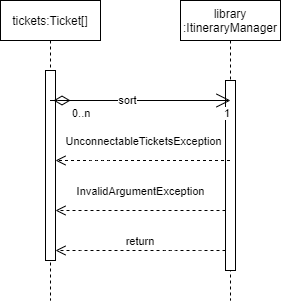
mihaiscarlat1/tickets keeps this draw.io diagram as sequence_diagram.png. Above is the earlier version. Source tidied: cells renumbered, new cells last; positions are measured from the earlier drawing's top-left corner, leaving out a move shared by most shapes. Its diagram source:
```xml
<mxGraphModel>
  <root>
    <mxCell id="0" />
    <mxCell id="1" parent="0" />
    <mxCell id="2" value="tickets:Ticket[]" style="shape=umlLifeline;perimeter=lifelinePerimeter;rounded=0;shadow=0;strokeWidth=1;" parent="1" vertex="1">
      <mxGeometry width="100" height="300" as="geometry" />
    </mxCell>
    <mxCell id="3" style="points=[];perimeter=orthogonalPerimeter;rounded=0;shadow=0;strokeWidth=1;" parent="2" vertex="1">
      <mxGeometry x="45" y="70" width="10" height="190" as="geometry" />
    </mxCell>
    <mxCell id="4" value="library&#10;:ItineraryManager" style="shape=umlLifeline;perimeter=lifelinePerimeter;rounded=0;shadow=0;strokeWidth=1;" parent="1" vertex="1">
      <mxGeometry x="180" width="100" height="300" as="geometry" />
    </mxCell>
    <mxCell id="5" style="points=[];perimeter=orthogonalPerimeter;rounded=0;shadow=0;strokeWidth=1;" parent="4" vertex="1">
      <mxGeometry x="45" y="80" width="10" height="190" as="geometry" />
    </mxCell>
    <mxCell id="6" value="return" style="verticalAlign=bottom;endArrow=open;dashed=1;endSize=8;shadow=0;strokeWidth=1;" parent="1" edge="1" source="5" target="3">
      <mxGeometry relative="1" as="geometry">
        <Array as="points">
          <mxPoint x="190" y="250" />
          <mxPoint x="170" y="250" />
          <mxPoint x="90" y="250" />
        </Array>
      </mxGeometry>
    </mxCell>
    <mxCell id="7" value="sort" style="endArrow=open;html=1;endSize=12;startArrow=diamondThin;startSize=14;startFill=0;edgeStyle=orthogonalEdgeStyle;" parent="1" edge="1">
      <mxGeometry relative="1" as="geometry">
        <mxPoint x="70" y="100" as="sourcePoint" />
        <mxPoint x="230" y="100" as="targetPoint" />
        <Array as="points">
          <mxPoint x="47" y="100" />
          <mxPoint x="230" y="100" />
        </Array>
      </mxGeometry>
    </mxCell>
    <mxCell id="8" value="0..n" style="edgeLabel;html=1;align=left;verticalAlign=top;" parent="7" vertex="1">
      <mxGeometry x="-1" relative="1" as="geometry" />
    </mxCell>
    <mxCell id="9" value="1" style="edgeLabel;html=1;align=right;verticalAlign=top;" parent="7" vertex="1">
      <mxGeometry x="1" relative="1" as="geometry" />
    </mxCell>
    <mxCell id="10" value="InvalidArgumentException" style="html=1;verticalAlign=bottom;endArrow=open;dashed=1;endSize=8;" parent="1" edge="1" source="5" target="3">
      <mxGeometry y="-10" relative="1" as="geometry">
        <Array as="points">
          <mxPoint x="170" y="210" />
        </Array>
      </mxGeometry>
    </mxCell>
    <mxCell id="11" value="UnconnectableTicketsException" style="html=1;verticalAlign=bottom;endArrow=open;dashed=1;endSize=8;" parent="1" edge="1" source="4" target="3">
      <mxGeometry y="-10" relative="1" as="geometry">
        <Array as="points">
          <mxPoint x="100" y="160" />
        </Array>
      </mxGeometry>
    </mxCell>
  </root>
</mxGraphModel>
```
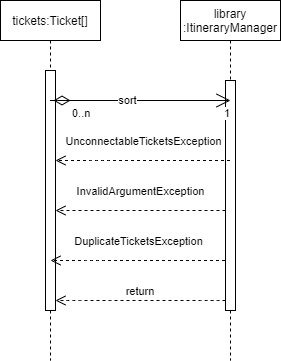
Later version of the same file.

Change to the diagram source:
```diff
@@ -3,23 +3,24 @@
     <mxCell id="0" />
     <mxCell id="1" parent="0" />
     <mxCell id="2" value="tickets:Ticket[]" style="shape=umlLifeline;perimeter=lifelinePerimeter;rounded=0;shadow=0;strokeWidth=1;" parent="1" vertex="1">
-      <mxGeometry width="100" height="300" as="geometry" />
+      <mxGeometry width="100" height="360" as="geometry" />
     </mxCell>
     <mxCell id="3" style="points=[];perimeter=orthogonalPerimeter;rounded=0;shadow=0;strokeWidth=1;" parent="2" vertex="1">
-      <mxGeometry x="45" y="70" width="10" height="190" as="geometry" />
+      <mxGeometry x="45" y="70" width="10" height="240" as="geometry" />
     </mxCell>
     <mxCell id="4" value="library&#10;:ItineraryManager" style="shape=umlLifeline;perimeter=lifelinePerimeter;rounded=0;shadow=0;strokeWidth=1;" parent="1" vertex="1">
-      <mxGeometry x="180" width="100" height="300" as="geometry" />
+      <mxGeometry x="180" width="100" height="360" as="geometry" />
     </mxCell>
     <mxCell id="5" style="points=[];perimeter=orthogonalPerimeter;rounded=0;shadow=0;strokeWidth=1;" parent="4" vertex="1">
-      <mxGeometry x="45" y="80" width="10" height="190" as="geometry" />
+      <mxGeometry x="45" y="80" width="10" height="230" as="geometry" />
     </mxCell>
     <mxCell id="6" value="return" style="verticalAlign=bottom;endArrow=open;dashed=1;endSize=8;shadow=0;strokeWidth=1;" parent="1" edge="1" source="5" target="3">
       <mxGeometry relative="1" as="geometry">
         <Array as="points">
-          <mxPoint x="190" y="250" />
-          <mxPoint x="170" y="250" />
-          <mxPoint x="90" y="250" />
+          <mxPoint x="210" y="300" />
+          <mxPoint x="170" y="300" />
+          <mxPoint x="120" y="300" />
+          <mxPoint x="70" y="300" />
         </Array>
       </mxGeometry>
     </mxCell>
@@ -53,5 +54,14 @@
         </Array>
       </mxGeometry>
     </mxCell>
+    <mxCell id="12" value="DuplicateTicketsException" style="html=1;verticalAlign=bottom;endArrow=open;dashed=1;endSize=8;" parent="1" edge="1">
+      <mxGeometry y="-10" relative="1" as="geometry">
+        <mxPoint x="224.5" y="260" as="sourcePoint" />
+        <mxPoint x="50" y="260" as="targetPoint" />
+        <Array as="points">
+          <mxPoint x="95" y="260" />
+        </Array>
+      </mxGeometry>
+    </mxCell>
   </root>
 </mxGraphModel>
```
